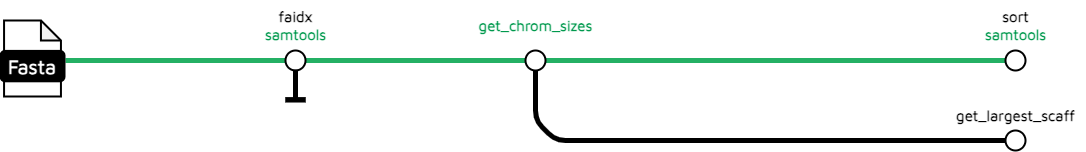
This is docs/images/v1-1-0/treeval_1_1_0_generate_genome.png from sanger-tol/treeval, a draw.io export, as it was before one commit. Source tidied: cells renumbered, new cells last; positions are measured from the earlier drawing's top-left corner, leaving out a move shared by most shapes. Its diagram source:
```xml
<mxGraphModel>
  <root>
    <mxCell id="0" />
    <mxCell id="1" parent="0" />
    <mxCell id="2" style="endArrow=none;html=1;rounded=1;strokeWidth=5;strokeColor=#24B064;fontSize=14;labelBackgroundColor=none;" parent="1" edge="1" target="8">
      <mxGeometry relative="1" as="geometry">
        <mxPoint x="65" y="60" as="sourcePoint" />
      </mxGeometry>
    </mxCell>
    <mxCell id="3" style="group;labelBackgroundColor=none;" parent="1" vertex="1">
      <mxGeometry y="20" width="64" height="76" as="geometry" />
    </mxCell>
    <mxCell id="4" style="shape=note;whiteSpace=wrap;html=1;backgroundOutline=1;darkOpacity=0.05;rounded=1;size=20;strokeWidth=2;labelBackgroundColor=none;" parent="3" vertex="1">
      <mxGeometry x="3.6" width="56.9" height="76" as="geometry" />
    </mxCell>
    <mxCell id="5" value="&lt;font face=&quot;Maven Pro&quot; color=&quot;#ffffff&quot;&gt;&lt;b&gt;&lt;font style=&quot;font-size: 20px;&quot;&gt;Fasta&lt;/font&gt;&lt;/b&gt;&lt;/font&gt;" style="rounded=1;whiteSpace=wrap;html=1;strokeWidth=2;fillColor=#000000;labelBackgroundColor=none;" parent="3" vertex="1">
      <mxGeometry y="30.4" width="64" height="30.4" as="geometry" />
    </mxCell>
    <mxCell id="6" style="ellipse;whiteSpace=wrap;html=1;rounded=1;rotation=0;strokeWidth=2;labelBackgroundColor=none;" parent="1" vertex="1">
      <mxGeometry x="285" y="50" width="20" height="20" as="geometry" />
    </mxCell>
    <mxCell id="7" style="ellipse;whiteSpace=wrap;html=1;rounded=1;rotation=0;strokeWidth=2;labelBackgroundColor=none;" parent="1" vertex="1">
      <mxGeometry x="525" y="50" width="20" height="20" as="geometry" />
    </mxCell>
    <mxCell id="8" style="ellipse;whiteSpace=wrap;html=1;rounded=1;rotation=0;strokeWidth=2;labelBackgroundColor=none;" parent="1" vertex="1">
      <mxGeometry x="1005" y="50" width="20" height="20" as="geometry" />
    </mxCell>
    <mxCell id="9" style="ellipse;whiteSpace=wrap;html=1;rounded=1;rotation=0;strokeWidth=2;labelBackgroundColor=none;" parent="1" vertex="1">
      <mxGeometry x="1005" y="130" width="20" height="20" as="geometry" />
    </mxCell>
    <mxCell id="10" style="endArrow=none;html=1;rounded=1;strokeWidth=5;entryX=0.5;entryY=1;entryDx=0;entryDy=0;exitX=0;exitY=0.5;exitDx=0;exitDy=0;labelBackgroundColor=none;" parent="1" edge="1" source="9">
      <mxGeometry relative="1" as="geometry">
        <mxPoint x="535" y="70" as="targetPoint" />
        <Array as="points">
          <mxPoint x="555" y="140" />
          <mxPoint x="535" y="120" />
        </Array>
      </mxGeometry>
    </mxCell>
    <mxCell id="11" style="endArrow=none;html=1;rounded=1;strokeWidth=5;exitX=0.5;exitY=1;exitDx=0;exitDy=0;labelBackgroundColor=none;" parent="1" edge="1">
      <mxGeometry relative="1" as="geometry">
        <mxPoint x="295" y="69.3" as="sourcePoint" />
        <mxPoint x="295" y="99.3" as="targetPoint" />
      </mxGeometry>
    </mxCell>
    <mxCell id="12" style="endArrow=none;html=1;rounded=1;strokeWidth=5;labelBackgroundColor=none;" parent="1" edge="1">
      <mxGeometry relative="1" as="geometry">
        <mxPoint x="305" y="99.3" as="sourcePoint" />
        <mxPoint x="285" y="99.3" as="targetPoint" />
        <Array as="points">
          <mxPoint x="295" y="99.3" />
        </Array>
      </mxGeometry>
    </mxCell>
    <mxCell id="13" value="faidx&lt;br style=&quot;font-size: 15px;&quot;&gt;&lt;font color=&quot;#00994d&quot;&gt;samtools&lt;/font&gt;" style="text;html=1;align=center;verticalAlign=middle;strokeColor=none;fillColor=none;fontSize=15;fontFamily=Maven Pro;fontSource=https%3A%2F%2Ffonts.googleapis.com%2Fcss%3Ffamily%3DMaven%2BPro;fontStyle=1;labelBackgroundColor=none;" parent="1" vertex="1">
      <mxGeometry x="255" width="80" height="50" as="geometry" />
    </mxCell>
    <mxCell id="14" value="&lt;font color=&quot;#00994d&quot;&gt;get_chrom_sizes&lt;/font&gt;" style="text;html=1;align=center;verticalAlign=middle;strokeColor=none;fillColor=none;fontSize=15;fontFamily=Maven Pro;fontSource=https%3A%2F%2Ffonts.googleapis.com%2Fcss%3Ffamily%3DMaven%2BPro;fontStyle=1;labelBackgroundColor=none;" parent="1" vertex="1">
      <mxGeometry x="465" y="10" width="140" height="30" as="geometry" />
    </mxCell>
    <mxCell id="15" value="sort&lt;br style=&quot;font-size: 15px;&quot;&gt;&lt;font color=&quot;#00994d&quot;&gt;samtools&lt;/font&gt;" style="text;html=1;align=center;verticalAlign=middle;strokeColor=none;fillColor=none;fontSize=15;fontFamily=Maven Pro;fontSource=https%3A%2F%2Ffonts.googleapis.com%2Fcss%3Ffamily%3DMaven%2BPro;fontStyle=1;labelBackgroundColor=none;" parent="1" vertex="1">
      <mxGeometry x="975" width="80" height="50" as="geometry" />
    </mxCell>
    <mxCell id="16" value="get_largest_scaff" style="text;html=1;align=center;verticalAlign=middle;strokeColor=none;fillColor=none;fontSize=15;fontFamily=Maven Pro;fontSource=https%3A%2F%2Ffonts.googleapis.com%2Fcss%3Ffamily%3DMaven%2BPro;fontStyle=1;labelBackgroundColor=none;" parent="1" vertex="1">
      <mxGeometry x="945" y="100" width="140" height="30" as="geometry" />
    </mxCell>
    <mxCell id="17" style="endArrow=none;html=1;rounded=1;strokeWidth=5;exitX=0.5;exitY=1;exitDx=0;exitDy=0;labelBackgroundColor=none;" parent="1" edge="1">
      <mxGeometry relative="1" as="geometry">
        <mxPoint x="295" y="69.3" as="sourcePoint" />
        <mxPoint x="295" y="99.3" as="targetPoint" />
        <Array as="points">
          <mxPoint x="295" y="84" />
        </Array>
      </mxGeometry>
    </mxCell>
    <mxCell id="18" style="endArrow=none;html=1;rounded=1;strokeWidth=5;labelBackgroundColor=none;" parent="1" edge="1">
      <mxGeometry relative="1" as="geometry">
        <mxPoint x="305" y="99.3" as="sourcePoint" />
        <mxPoint x="285" y="99.3" as="targetPoint" />
        <Array as="points">
          <mxPoint x="295" y="99.3" />
        </Array>
      </mxGeometry>
    </mxCell>
  </root>
</mxGraphModel>
```
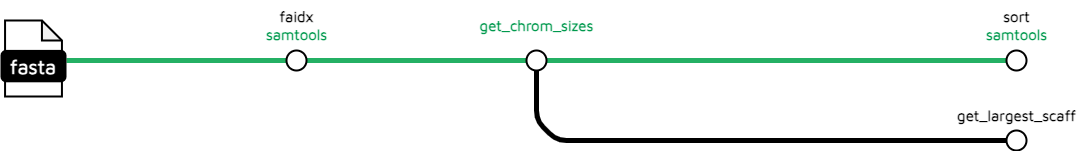
The same diagram one commit later.

Commit message:
Updated imdage and cleanup profile

Change to the diagram source:
```diff
@@ -13,7 +13,7 @@
     <mxCell id="4" style="shape=note;whiteSpace=wrap;html=1;backgroundOutline=1;darkOpacity=0.05;rounded=1;size=20;strokeWidth=2;labelBackgroundColor=none;" parent="3" vertex="1">
       <mxGeometry x="3.6" width="56.9" height="76" as="geometry" />
     </mxCell>
-    <mxCell id="5" value="&lt;font face=&quot;Maven Pro&quot; color=&quot;#ffffff&quot;&gt;&lt;b&gt;&lt;font style=&quot;font-size: 20px;&quot;&gt;Fasta&lt;/font&gt;&lt;/b&gt;&lt;/font&gt;" style="rounded=1;whiteSpace=wrap;html=1;strokeWidth=2;fillColor=#000000;labelBackgroundColor=none;" parent="3" vertex="1">
+    <mxCell id="5" value="&lt;font face=&quot;Maven Pro&quot; color=&quot;#ffffff&quot;&gt;&lt;b&gt;&lt;font style=&quot;font-size: 20px;&quot;&gt;fasta&lt;/font&gt;&lt;/b&gt;&lt;/font&gt;" style="rounded=1;whiteSpace=wrap;html=1;strokeWidth=2;fillColor=#000000;labelBackgroundColor=none;" parent="3" vertex="1">
       <mxGeometry y="30.4" width="64" height="30.4" as="geometry" />
     </mxCell>
     <mxCell id="6" style="ellipse;whiteSpace=wrap;html=1;rounded=1;rotation=0;strokeWidth=2;labelBackgroundColor=none;" parent="1" vertex="1">
@@ -37,50 +37,17 @@
         </Array>
       </mxGeometry>
     </mxCell>
-    <mxCell id="11" style="endArrow=none;html=1;rounded=1;strokeWidth=5;exitX=0.5;exitY=1;exitDx=0;exitDy=0;labelBackgroundColor=none;" parent="1" edge="1">
-      <mxGeometry relative="1" as="geometry">
-        <mxPoint x="295" y="69.3" as="sourcePoint" />
-        <mxPoint x="295" y="99.3" as="targetPoint" />
-      </mxGeometry>
+    <mxCell id="11" value="faidx&lt;br style=&quot;font-size: 15px;&quot;&gt;&lt;font color=&quot;#00994d&quot;&gt;samtools&lt;/font&gt;" style="text;html=1;align=center;verticalAlign=middle;strokeColor=none;fillColor=none;fontSize=15;fontFamily=Maven Pro;fontSource=https%3A%2F%2Ffonts.googleapis.com%2Fcss%3Ffamily%3DMaven%2BPro;fontStyle=1;labelBackgroundColor=none;" parent="1" vertex="1">
+      <mxGeometry x="255" width="80" height="50" as="geometry" />
     </mxCell>
-    <mxCell id="12" style="endArrow=none;html=1;rounded=1;strokeWidth=5;labelBackgroundColor=none;" parent="1" edge="1">
-      <mxGeometry relative="1" as="geometry">
-        <mxPoint x="305" y="99.3" as="sourcePoint" />
-        <mxPoint x="285" y="99.3" as="targetPoint" />
-        <Array as="points">
-          <mxPoint x="295" y="99.3" />
-        </Array>
-      </mxGeometry>
+    <mxCell id="12" value="&lt;font color=&quot;#00994d&quot;&gt;get_chrom_sizes&lt;/font&gt;" style="text;html=1;align=center;verticalAlign=middle;strokeColor=none;fillColor=none;fontSize=15;fontFamily=Maven Pro;fontSource=https%3A%2F%2Ffonts.googleapis.com%2Fcss%3Ffamily%3DMaven%2BPro;fontStyle=1;labelBackgroundColor=none;" parent="1" vertex="1">
+      <mxGeometry x="465" y="10" width="140" height="30" as="geometry" />
     </mxCell>
-    <mxCell id="13" value="faidx&lt;br style=&quot;font-size: 15px;&quot;&gt;&lt;font color=&quot;#00994d&quot;&gt;samtools&lt;/font&gt;" style="text;html=1;align=center;verticalAlign=middle;strokeColor=none;fillColor=none;fontSize=15;fontFamily=Maven Pro;fontSource=https%3A%2F%2Ffonts.googleapis.com%2Fcss%3Ffamily%3DMaven%2BPro;fontStyle=1;labelBackgroundColor=none;" parent="1" vertex="1">
-      <mxGeometry x="255" width="80" height="50" as="geometry" />
+    <mxCell id="13" value="sort&lt;br style=&quot;font-size: 15px;&quot;&gt;&lt;font color=&quot;#00994d&quot;&gt;samtools&lt;/font&gt;" style="text;html=1;align=center;verticalAlign=middle;strokeColor=none;fillColor=none;fontSize=15;fontFamily=Maven Pro;fontSource=https%3A%2F%2Ffonts.googleapis.com%2Fcss%3Ffamily%3DMaven%2BPro;fontStyle=1;labelBackgroundColor=none;" parent="1" vertex="1">
+      <mxGeometry x="975" width="80" height="50" as="geometry" />
     </mxCell>
-    <mxCell id="14" value="&lt;font color=&quot;#00994d&quot;&gt;get_chrom_sizes&lt;/font&gt;" style="text;html=1;align=center;verticalAlign=middle;strokeColor=none;fillColor=none;fontSize=15;fontFamily=Maven Pro;fontSource=https%3A%2F%2Ffonts.googleapis.com%2Fcss%3Ffamily%3DMaven%2BPro;fontStyle=1;labelBackgroundColor=none;" parent="1" vertex="1">
-      <mxGeometry x="465" y="10" width="140" height="30" as="geometry" />
+    <mxCell id="14" value="get_largest_scaff" style="text;html=1;align=center;verticalAlign=middle;strokeColor=none;fillColor=none;fontSize=15;fontFamily=Maven Pro;fontSource=https%3A%2F%2Ffonts.googleapis.com%2Fcss%3Ffamily%3DMaven%2BPro;fontStyle=1;labelBackgroundColor=none;" parent="1" vertex="1">
+      <mxGeometry x="945" y="100" width="140" height="30" as="geometry" />
     </mxCell>
-    <mxCell id="15" value="sort&lt;br style=&quot;font-size: 15px;&quot;&gt;&lt;font color=&quot;#00994d&quot;&gt;samtools&lt;/font&gt;" style="text;html=1;align=center;verticalAlign=middle;strokeColor=none;fillColor=none;fontSize=15;fontFamily=Maven Pro;fontSource=https%3A%2F%2Ffonts.googleapis.com%2Fcss%3Ffamily%3DMaven%2BPro;fontStyle=1;labelBackgroundColor=none;" parent="1" vertex="1">
-      <mxGeometry x="975" width="80" height="50" as="geometry" />
-    </mxCell>
-    <mxCell id="16" value="get_largest_scaff" style="text;html=1;align=center;verticalAlign=middle;strokeColor=none;fillColor=none;fontSize=15;fontFamily=Maven Pro;fontSource=https%3A%2F%2Ffonts.googleapis.com%2Fcss%3Ffamily%3DMaven%2BPro;fontStyle=1;labelBackgroundColor=none;" parent="1" vertex="1">
-      <mxGeometry x="945" y="100" width="140" height="30" as="geometry" />
-    </mxCell>
-    <mxCell id="17" style="endArrow=none;html=1;rounded=1;strokeWidth=5;exitX=0.5;exitY=1;exitDx=0;exitDy=0;labelBackgroundColor=none;" parent="1" edge="1">
-      <mxGeometry relative="1" as="geometry">
-        <mxPoint x="295" y="69.3" as="sourcePoint" />
-        <mxPoint x="295" y="99.3" as="targetPoint" />
-        <Array as="points">
-          <mxPoint x="295" y="84" />
-        </Array>
-      </mxGeometry>
-    </mxCell>
-    <mxCell id="18" style="endArrow=none;html=1;rounded=1;strokeWidth=5;labelBackgroundColor=none;" parent="1" edge="1">
-      <mxGeometry relative="1" as="geometry">
-        <mxPoint x="305" y="99.3" as="sourcePoint" />
-        <mxPoint x="285" y="99.3" as="targetPoint" />
-        <Array as="points">
-          <mxPoint x="295" y="99.3" />
-        </Array>
-      </mxGeometry>
-    </mxCell>
   </root>
 </mxGraphModel>
```
